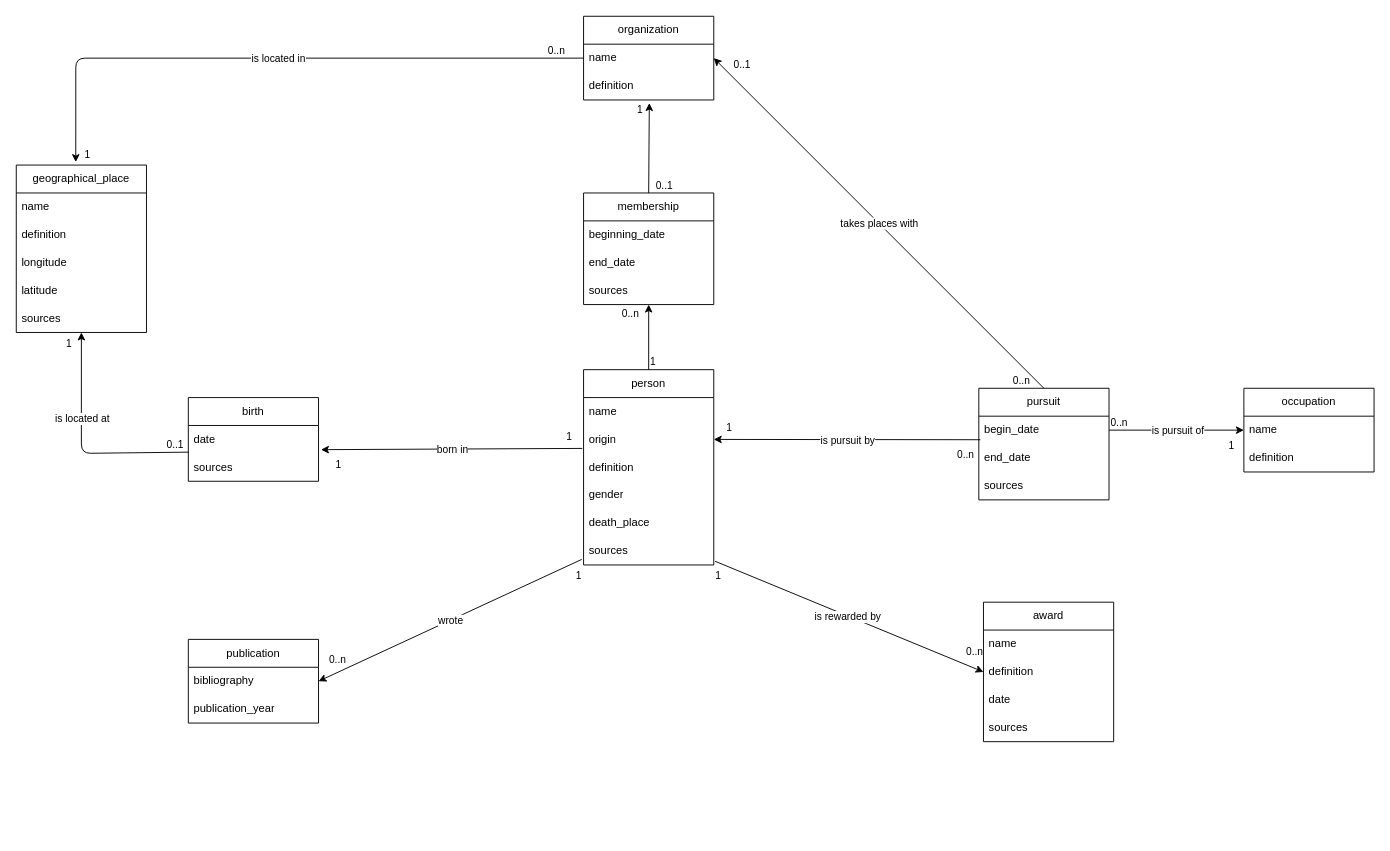
This is diagramme/diagramme.drawio from Raphix93/2HS2179_militants-pour-la-paix, a draw.io file, before an edit. Source tidied: cells renumbered, new cells numbered last; positions are measured from the earlier drawing's top-left corner, leaving out a move shared by most shapes. Both pictures are drawn from the tidied source at 93%, with x=0, y=0 at pixel (16, 16).
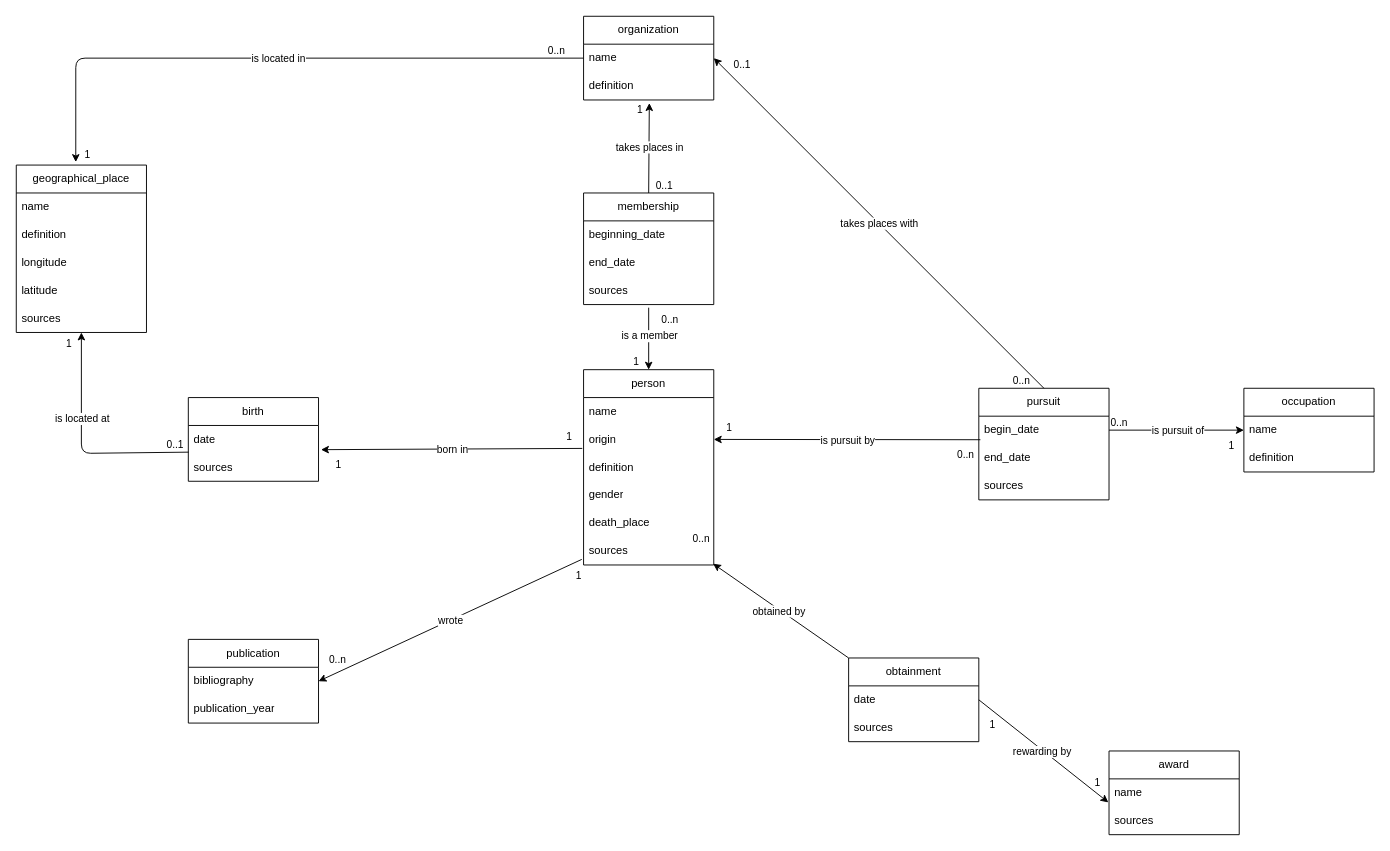
After the change.

The change refers to these unchanged cells:
```xml
<mxCell id="2" value="person" style="swimlane;fontStyle=0;horizontal=1;startSize=30;whiteSpace=wrap;html=1;" parent="1" vertex="1">
  <mxGeometry x="610" y="380" width="140" height="210" as="geometry" />
</mxCell>
<mxCell id="8" value="sources" style="text;strokeColor=none;fillColor=none;align=left;verticalAlign=middle;spacingLeft=4;spacingRight=4;overflow=hidden;points=[[0,0.5],[1,0.5]];portConstraint=eastwest;whiteSpace=wrap;html=1;" parent="2" vertex="1">
  <mxGeometry y="180" width="140" height="30" as="geometry" />
</mxCell>
<mxCell id="26" value="name" style="text;strokeColor=none;fillColor=none;align=left;verticalAlign=middle;spacingLeft=4;spacingRight=4;overflow=hidden;points=[[0,0.5],[1,0.5]];portConstraint=eastwest;whiteSpace=wrap;html=1;" parent="25" vertex="1">
  <mxGeometry y="30" width="140" height="30" as="geometry" />
</mxCell>
<mxCell id="67" value="sources" style="text;strokeColor=none;fillColor=none;align=left;verticalAlign=middle;spacingLeft=4;spacingRight=4;overflow=hidden;points=[[0,0.5],[1,0.5]];portConstraint=eastwest;whiteSpace=wrap;html=1;" parent="64" vertex="1">
  <mxGeometry y="90" width="140" height="30" as="geometry" />
</mxCell>
```

The edit, as a diff of the source:
```diff
@@
     <mxCell id="25" value="award" style="swimlane;fontStyle=0;horizontal=1;startSize=30;whiteSpace=wrap;html=1;" parent="1" vertex="1">
-      <mxGeometry x="1040" y="630" width="140" height="150" as="geometry" />
+      <mxGeometry x="1175" y="790" width="140" height="90" as="geometry" />
     </mxCell>
@@
-    <mxCell id="27" value="definition" style="text;strokeColor=none;fillColor=none;align=left;verticalAlign=middle;spacingLeft=4;spacingRight=4;overflow=hidden;points=[[0,0.5],[1,0.5]];portConstraint=eastwest;whiteSpace=wrap;html=1;" parent="25" vertex="1">
-      <mxGeometry y="60" width="140" height="30" as="geometry" />
-    </mxCell>
-    <mxCell id="28" value="date" style="text;strokeColor=none;fillColor=none;align=left;verticalAlign=middle;spacingLeft=4;spacingRight=4;overflow=hidden;points=[[0,0.5],[1,0.5]];portConstraint=eastwest;whiteSpace=wrap;html=1;" parent="25" vertex="1">
-      <mxGeometry y="90" width="140" height="30" as="geometry" />
-    </mxCell>
     <mxCell id="29" value="sources" style="text;strokeColor=none;fillColor=none;align=left;verticalAlign=middle;spacingLeft=4;spacingRight=4;overflow=hidden;whiteSpace=wrap;html=1;" parent="25" vertex="1">
-      <mxGeometry y="120" width="140" height="30" as="geometry" />
+      <mxGeometry y="60" width="140" height="30" as="geometry" />
     </mxCell>
@@
-    <mxCell id="60" style="endArrow=classic;html=1;exitX=1.01;exitY=0.867;exitDx=0;exitDy=0;entryX=0;entryY=0.5;entryDx=0;entryDy=0;exitPerimeter=0;" parent="1" edge="1" source="8" target="27">
+    <mxCell id="60" style="endArrow=classic;html=1;exitX=0;exitY=0;exitDx=0;exitDy=0;entryX=0.995;entryY=0.956;entryDx=0;entryDy=0;entryPerimeter=0;" parent="1" edge="1" source="78" target="8">
       <mxGeometry relative="1" as="geometry" />
     </mxCell>
-    <mxCell id="61" value="is rewarded by" style="edgeLabel;html=1;align=center;verticalAlign=middle;" parent="60" vertex="1">
+    <mxCell id="61" value="obtained by" style="edgeLabel;html=1;align=center;verticalAlign=middle;" parent="60" vertex="1">
       <mxGeometry relative="1" as="geometry">
         <mxPoint x="-2" as="offset" />
       </mxGeometry>
     </mxCell>
@@
     <mxCell id="63" value="0..n" style="edgeLabel;html=1;align=right;verticalAlign=bottom;" parent="60" vertex="1">
       <mxGeometry x="1" relative="1" as="geometry">
-        <mxPoint y="-14" as="offset" />
+        <mxPoint x="-4" y="-19" as="offset" />
       </mxGeometry>
     </mxCell>
@@
-    <mxCell id="68" style="endArrow=classic;html=1;exitX=0.5;exitY=0;exitDx=0;exitDy=0;" parent="1" edge="1" source="2">
-      <mxGeometry relative="1" as="geometry">
-        <mxPoint x="680" y="310" as="targetPoint" />
-      </mxGeometry>
+    <mxCell id="68" style="endArrow=classic;html=1;entryX=0.5;entryY=0;entryDx=0;entryDy=0;exitX=0.5;exitY=1.111;exitDx=0;exitDy=0;exitPerimeter=0;" parent="1" edge="1" source="67" target="2">
+      <mxGeometry relative="1" as="geometry" />
     </mxCell>
-    <mxCell id="69" value="1" style="edgeLabel;html=1;align=left;verticalAlign=bottom;" parent="68" vertex="1">
-      <mxGeometry x="-1" relative="1" as="geometry" />
+    <mxCell id="69" value="0..n" style="edgeLabel;html=1;align=left;verticalAlign=bottom;" parent="68" vertex="1">
+      <mxGeometry x="-1" relative="1" as="geometry">
+        <mxPoint x="12" y="21" as="offset" />
+      </mxGeometry>
     </mxCell>
-    <mxCell id="70" value="0..n" style="edgeLabel;html=1;align=right;verticalAlign=bottom;" parent="68" vertex="1">
+    <mxCell id="70" value="1" style="edgeLabel;html=1;align=right;verticalAlign=bottom;" parent="68" vertex="1">
       <mxGeometry x="1" relative="1" as="geometry">
-        <mxPoint x="-10" y="18" as="offset" />
+        <mxPoint x="-10" as="offset" />
       </mxGeometry>
     </mxCell>
@@
+    <mxCell id="78" value="obtainment" style="swimlane;fontStyle=0;horizontal=1;startSize=30;whiteSpace=wrap;html=1;" parent="1" vertex="1">
+      <mxGeometry x="895" y="690" width="140" height="90" as="geometry" />
+    </mxCell>
+    <mxCell id="28" value="date" style="text;strokeColor=none;fillColor=none;align=left;verticalAlign=middle;spacingLeft=4;spacingRight=4;overflow=hidden;points=[[0,0.5],[1,0.5]];portConstraint=eastwest;whiteSpace=wrap;html=1;" parent="78" vertex="1">
+      <mxGeometry y="30" width="140" height="30" as="geometry" />
+    </mxCell>
+    <mxCell id="79" value="sources" style="text;strokeColor=none;fillColor=none;align=left;verticalAlign=middle;spacingLeft=4;spacingRight=4;overflow=hidden;whiteSpace=wrap;html=1;" parent="78" vertex="1">
+      <mxGeometry y="60" width="140" height="30" as="geometry" />
+    </mxCell>
+    <mxCell id="80" style="endArrow=classic;html=1;exitX=1;exitY=0.5;exitDx=0;exitDy=0;entryX=-0.005;entryY=0.844;entryDx=0;entryDy=0;entryPerimeter=0;" parent="1" edge="1" source="28" target="26">
+      <mxGeometry relative="1" as="geometry" />
+    </mxCell>
+    <mxCell id="81" value="rewarding by" style="edgeLabel;html=1;align=center;verticalAlign=middle;" parent="80" vertex="1">
+      <mxGeometry relative="1" as="geometry">
+        <mxPoint x="-2" as="offset" />
+      </mxGeometry>
+    </mxCell>
+    <mxCell id="82" value="1" style="edgeLabel;html=1;align=left;verticalAlign=bottom;" parent="80" vertex="1">
+      <mxGeometry x="-1" relative="1" as="geometry">
+        <mxPoint x="10" y="35" as="offset" />
+      </mxGeometry>
+    </mxCell>
+    <mxCell id="83" value="1" style="edgeLabel;html=1;align=right;verticalAlign=bottom;" parent="80" vertex="1">
+      <mxGeometry x="1" relative="1" as="geometry">
+        <mxPoint x="-9" y="-14" as="offset" />
+      </mxGeometry>
+    </mxCell>
+    <mxCell id="84" value="is a member" style="edgeLabel;html=1;align=center;verticalAlign=middle;" parent="1" vertex="1">
+      <mxGeometry x="680" y="344" as="geometry">
+        <mxPoint y="-1" as="offset" />
+      </mxGeometry>
+    </mxCell>
+    <mxCell id="85" value="takes places in" style="edgeLabel;html=1;align=center;verticalAlign=middle;" parent="1" vertex="1">
+      <mxGeometry x="680" y="140" as="geometry" />
+    </mxCell>
```
